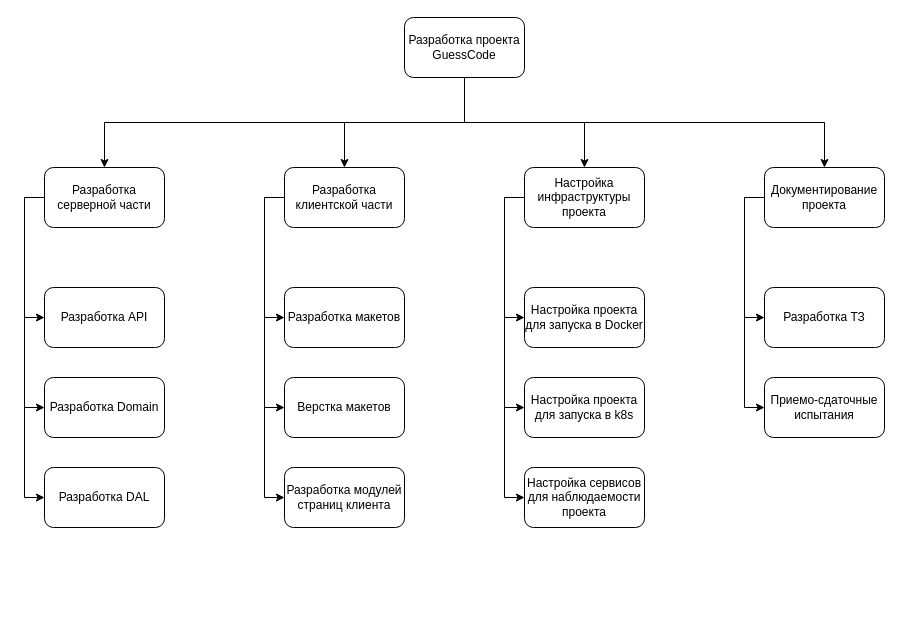
c-v-r-s-x-d/GuessCode keeps this draw.io diagram as doc/Иерархическая структура работ.drawio. Above is the earlier version. Source tidied: cells renumbered, new cells numbered last; positions are measured from the earlier drawing's top-left corner, leaving out a move shared by most shapes. Both pictures are drawn from the tidied source at 100%, with x=0, y=0 at pixel (44, 17).
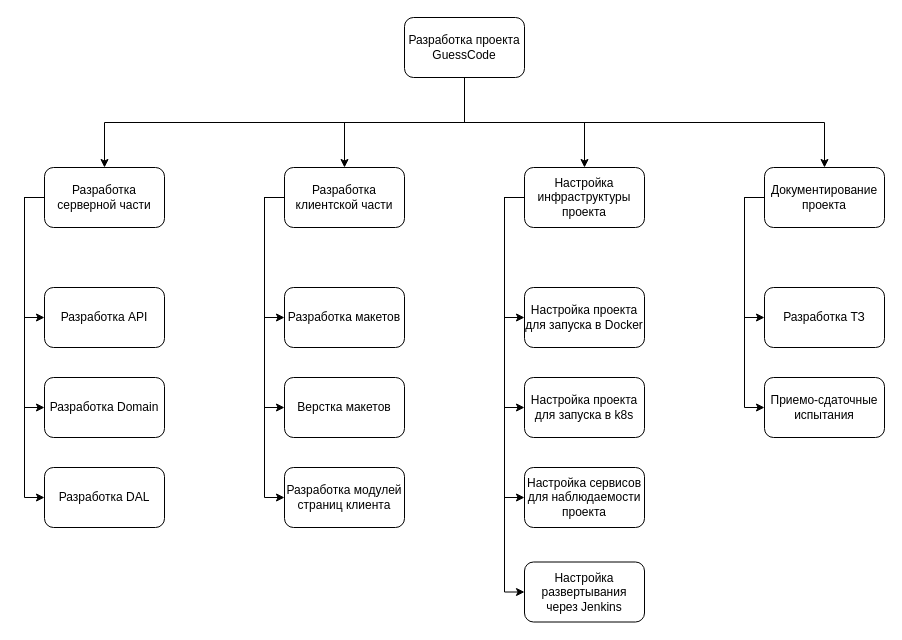
The same diagram, later.

The change refers to these unchanged cells:
```xml
<mxCell id="18" value="Настройка инфраструктуры проекта" style="rounded=1;whiteSpace=wrap;html=1;" parent="1" vertex="1">
  <mxGeometry x="480" y="150" width="120" height="60" as="geometry" />
</mxCell>
```

Change to the diagram source:
```diff
@@
+    <mxCell id="33" style="edgeStyle=orthogonalEdgeStyle;rounded=0;jettySize=auto;html=1;exitX=0;exitY=0.5;exitDx=0;exitDy=0;entryX=0;entryY=0.5;entryDx=0;entryDy=0;" parent="1" edge="1" source="18" target="34">
+      <mxGeometry relative="1" as="geometry" />
+    </mxCell>
@@
+    <mxCell id="34" value="Настройка развертывания через Jenkins" style="rounded=1;whiteSpace=wrap;html=1;" parent="1" vertex="1">
+      <mxGeometry x="480" y="544.5" width="120" height="60" as="geometry" />
+    </mxCell>
```
